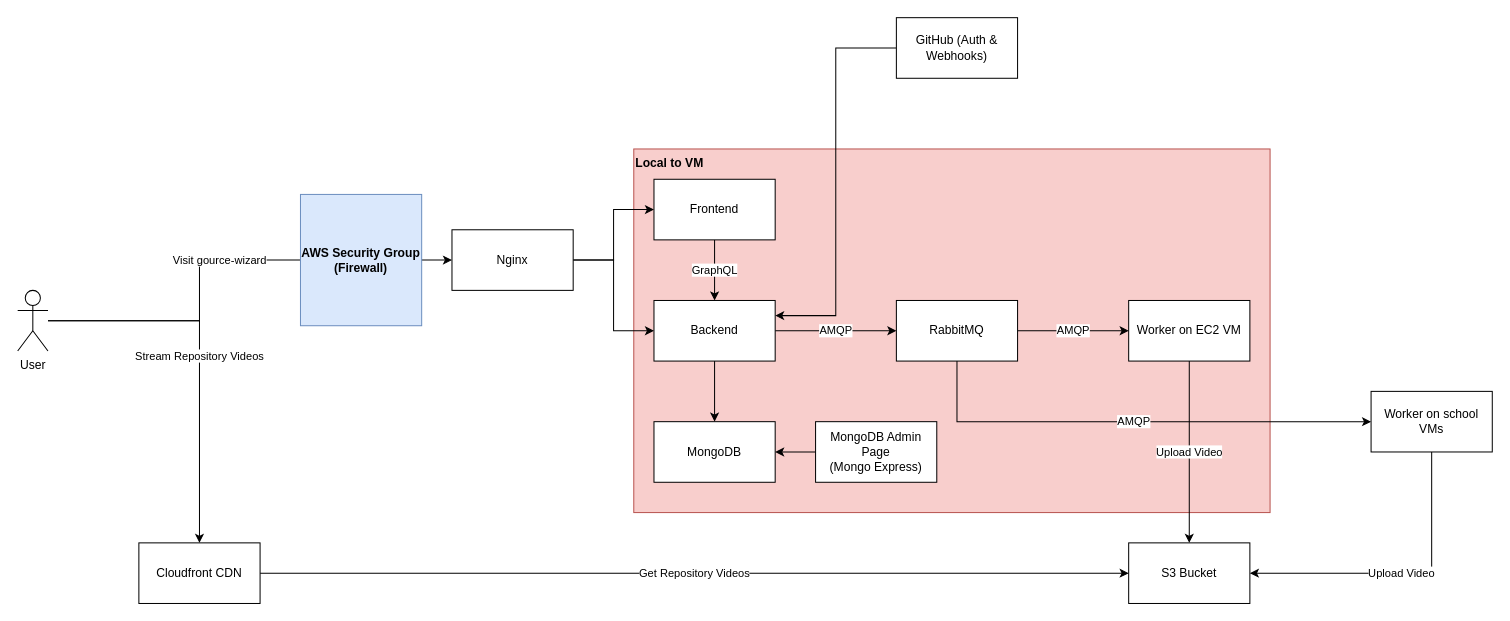
Before: page "Deployment Diagram" (2 of 3) of docs/architecture-diagram.drawio in RobertNichita/GourceWizard, a draw.io diagram. Source tidied: cells renumbered, new cells numbered last; positions are measured from the earlier drawing's top-left corner, leaving out a move shared by most shapes. Both pictures are drawn from the tidied source at 101%, with x=0, y=0 at pixel (17, 17).
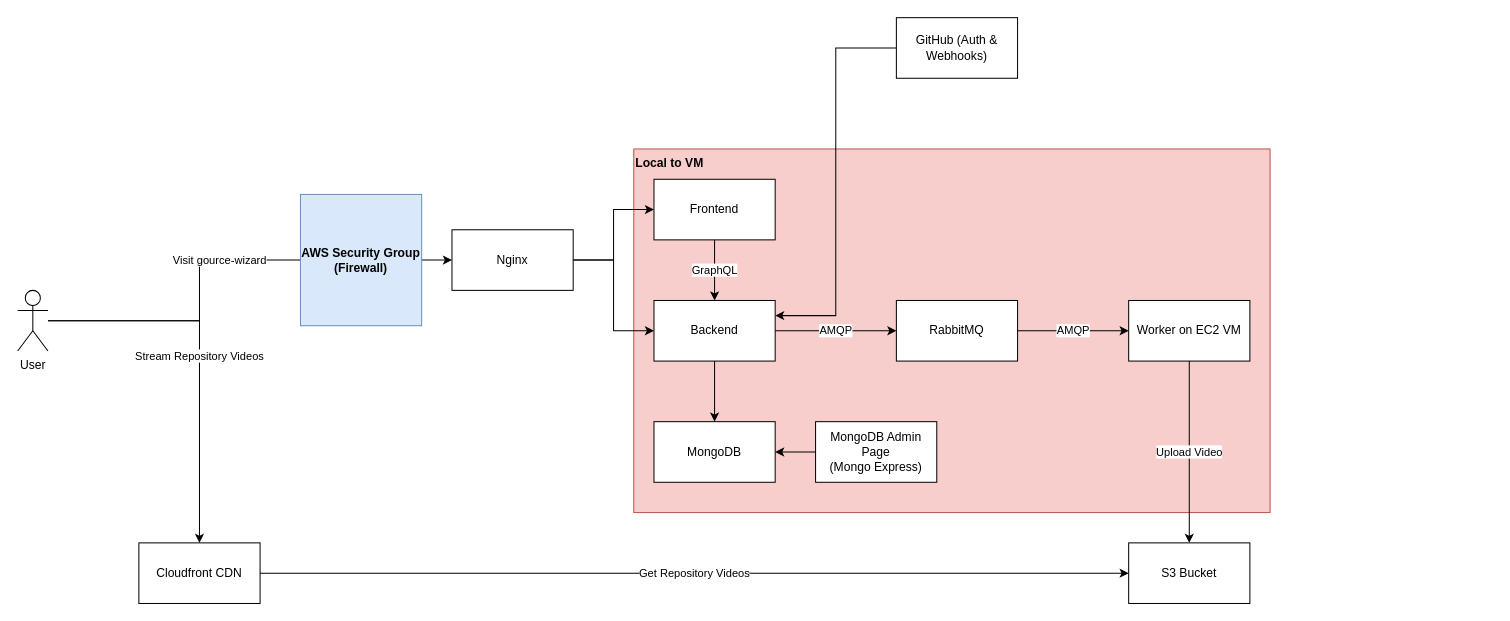
Above is the later version.

The change refers to these unchanged cells:
```xml
<mxCell id="12" value="RabbitMQ" style="rounded=0;whiteSpace=wrap;html=1;" parent="1" vertex="1">
  <mxGeometry x="870" y="280" width="120" height="60" as="geometry" />
</mxCell>
<mxCell id="14" value="S3 Bucket" style="rounded=0;whiteSpace=wrap;html=1;" parent="1" vertex="1">
  <mxGeometry x="1100" y="520" width="120" height="60" as="geometry" />
</mxCell>
```

Change to the diagram source:
```diff
@@
-    <mxCell id="11" value="AMQP" style="edgeStyle=orthogonalEdgeStyle;rounded=0;jettySize=auto;html=1;entryX=0;entryY=0.5;entryDx=0;entryDy=0;" parent="1" edge="1" source="12" target="26">
-      <mxGeometry relative="1" as="geometry">
-        <Array as="points">
-          <mxPoint x="930" y="400" />
-        </Array>
-      </mxGeometry>
-    </mxCell>
@@
-    <mxCell id="25" value="Upload Video" style="edgeStyle=orthogonalEdgeStyle;rounded=0;jettySize=auto;html=1;entryX=1;entryY=0.5;entryDx=0;entryDy=0;" parent="1" edge="1" source="26" target="14">
-      <mxGeometry relative="1" as="geometry">
-        <Array as="points">
-          <mxPoint x="1400" y="550" />
-        </Array>
-      </mxGeometry>
-    </mxCell>
-    <mxCell id="26" value="Worker on school VMs" style="rounded=0;whiteSpace=wrap;html=1;" parent="1" vertex="1">
-      <mxGeometry x="1340" y="370" width="120" height="60" as="geometry" />
-    </mxCell>
```
